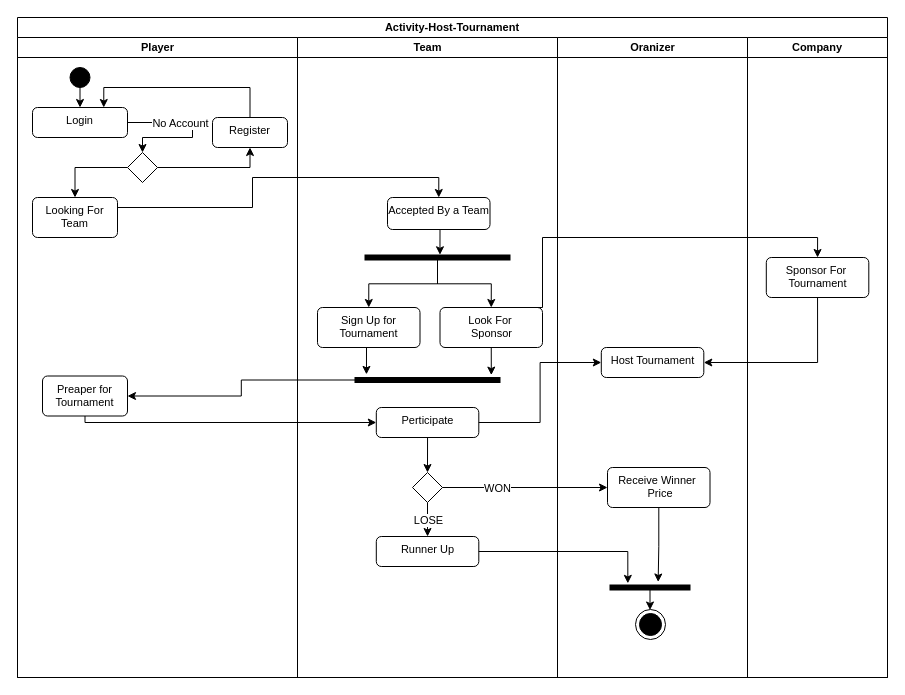
This is page "Activity-Host" (2 of 3) of diagrams/Diagram.drawio from b14ck0ps/ADMS-Project-Report, a draw.io file, before an edit. Source tidied: cells renumbered, new cells numbered last; positions are measured from the earlier drawing's top-left corner, leaving out a move shared by most shapes. Both pictures are drawn from the tidied source at 100%, with x=0, y=0 at pixel (17, 17).
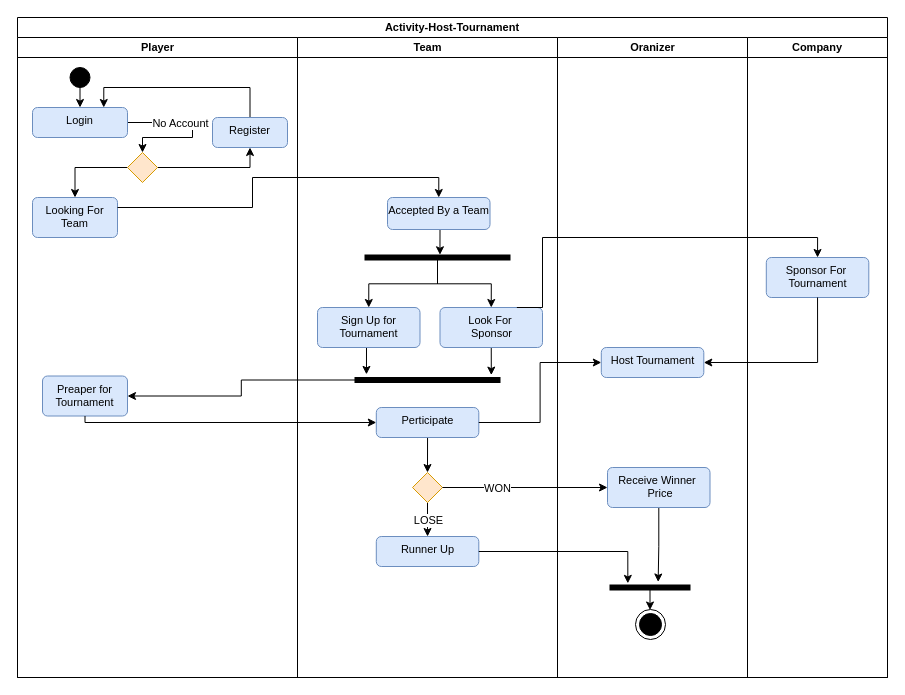
The same page after the edit.

The change refers to these unchanged cells:
```xml
<mxCell id="3" value="Player" style="swimlane;html=1;startSize=20;fontFamily=Helvetica;fontSize=11;fontColor=default;" parent="2" vertex="1">
  <mxGeometry y="20" width="280" height="640" as="geometry" />
</mxCell>
<mxCell id="16" value="Team" style="swimlane;html=1;startSize=20;fontFamily=Helvetica;fontSize=11;fontColor=default;" parent="2" vertex="1">
  <mxGeometry x="280" y="20" width="260" height="640" as="geometry" />
</mxCell>
<mxCell id="33" value="Oranizer" style="swimlane;html=1;startSize=20;fontFamily=Helvetica;fontSize=11;fontColor=default;" parent="2" vertex="1">
  <mxGeometry x="540" y="20" width="190" height="640" as="geometry" />
</mxCell>
<mxCell id="40" value="Company" style="swimlane;startSize=20;whiteSpace=wrap;html=1;fontFamily=Helvetica;fontSize=11;fontColor=default;" parent="2" vertex="1">
  <mxGeometry x="730" y="20" width="140" height="640" as="geometry" />
</mxCell>
```

Diff of the diagram source:
```diff
@@
-    <mxCell id="8" value="Login" style="html=1;align=center;verticalAlign=top;rounded=1;absoluteArcSize=1;arcSize=10;dashed=0;whiteSpace=wrap;fontFamily=Helvetica;fontSize=11;fontColor=default;" parent="3" vertex="1">
+    <mxCell id="8" value="Login" style="html=1;align=center;verticalAlign=top;rounded=1;absoluteArcSize=1;arcSize=10;dashed=0;whiteSpace=wrap;fontFamily=Helvetica;fontSize=11;fillColor=#dae8fc;strokeColor=#6c8ebf;" parent="3" vertex="1">
       <mxGeometry x="15" y="70" width="95" height="30" as="geometry" />
     </mxCell>
-    <mxCell id="9" value="Looking For Team" style="html=1;align=center;verticalAlign=top;rounded=1;absoluteArcSize=1;arcSize=10;dashed=0;whiteSpace=wrap;fontFamily=Helvetica;fontSize=11;fontColor=default;" parent="3" vertex="1">
+    <mxCell id="9" value="Looking For Team" style="html=1;align=center;verticalAlign=top;rounded=1;absoluteArcSize=1;arcSize=10;dashed=0;whiteSpace=wrap;fontFamily=Helvetica;fontSize=11;fillColor=#dae8fc;strokeColor=#6c8ebf;" parent="3" vertex="1">
       <mxGeometry x="15" y="160" width="85" height="40" as="geometry" />
     </mxCell>
@@
-    <mxCell id="12" style="rhombus;fontFamily=Helvetica;fontSize=11;fontColor=default;" parent="3" vertex="1">
+    <mxCell id="12" style="rhombus;fontFamily=Helvetica;fontSize=11;fillColor=#ffe6cc;strokeColor=#d79b00;" parent="3" vertex="1">
       <mxGeometry x="110" y="115" width="30" height="30" as="geometry" />
     </mxCell>
@@
-    <mxCell id="14" value="Register" style="html=1;align=center;verticalAlign=top;rounded=1;absoluteArcSize=1;arcSize=10;dashed=0;whiteSpace=wrap;fontFamily=Helvetica;fontSize=11;fontColor=default;" parent="3" vertex="1">
+    <mxCell id="14" value="Register" style="html=1;align=center;verticalAlign=top;rounded=1;absoluteArcSize=1;arcSize=10;dashed=0;whiteSpace=wrap;fontFamily=Helvetica;fontSize=11;fillColor=#dae8fc;strokeColor=#6c8ebf;" parent="3" vertex="1">
       <mxGeometry x="195" y="80" width="75" height="30" as="geometry" />
     </mxCell>
-    <mxCell id="15" value="Preaper for&lt;br&gt;Tournament" style="html=1;align=center;verticalAlign=top;rounded=1;absoluteArcSize=1;arcSize=10;dashed=0;whiteSpace=wrap;fontFamily=Helvetica;fontSize=11;fontColor=default;" parent="3" vertex="1">
+    <mxCell id="15" value="Preaper for&lt;br&gt;Tournament" style="html=1;align=center;verticalAlign=top;rounded=1;absoluteArcSize=1;arcSize=10;dashed=0;whiteSpace=wrap;fontFamily=Helvetica;fontSize=11;fillColor=#dae8fc;strokeColor=#6c8ebf;" parent="3" vertex="1">
       <mxGeometry x="25" y="338.5" width="85" height="40" as="geometry" />
     </mxCell>
@@
-    <mxCell id="18" value="Accepted By a Team" style="html=1;align=center;verticalAlign=top;rounded=1;absoluteArcSize=1;arcSize=10;dashed=0;whiteSpace=wrap;fontFamily=Helvetica;fontSize=11;fontColor=default;" parent="16" vertex="1">
+    <mxCell id="18" value="Accepted By a Team" style="html=1;align=center;verticalAlign=top;rounded=1;absoluteArcSize=1;arcSize=10;dashed=0;whiteSpace=wrap;fontFamily=Helvetica;fontSize=11;fillColor=#dae8fc;strokeColor=#6c8ebf;" parent="16" vertex="1">
       <mxGeometry x="90" y="160" width="102.5" height="32" as="geometry" />
     </mxCell>
@@
-    <mxCell id="20" value="Look For&amp;nbsp;&lt;br style=&quot;border-color: var(--border-color);&quot;&gt;Sponsor" style="html=1;align=center;verticalAlign=top;rounded=1;absoluteArcSize=1;arcSize=10;dashed=0;whiteSpace=wrap;fontFamily=Helvetica;fontSize=11;fontColor=default;" parent="16" vertex="1">
+    <mxCell id="20" value="Look For&amp;nbsp;&lt;br style=&quot;border-color: var(--border-color);&quot;&gt;Sponsor" style="html=1;align=center;verticalAlign=top;rounded=1;absoluteArcSize=1;arcSize=10;dashed=0;whiteSpace=wrap;fontFamily=Helvetica;fontSize=11;fillColor=#dae8fc;strokeColor=#6c8ebf;" parent="16" vertex="1">
       <mxGeometry x="142.5" y="270" width="102.5" height="40" as="geometry" />
     </mxCell>
@@
-    <mxCell id="25" value="Sign Up for Tournament" style="html=1;align=center;verticalAlign=top;rounded=1;absoluteArcSize=1;arcSize=10;dashed=0;whiteSpace=wrap;fontFamily=Helvetica;fontSize=11;fontColor=default;" parent="16" vertex="1">
+    <mxCell id="25" value="Sign Up for Tournament" style="html=1;align=center;verticalAlign=top;rounded=1;absoluteArcSize=1;arcSize=10;dashed=0;whiteSpace=wrap;fontFamily=Helvetica;fontSize=11;fillColor=#dae8fc;strokeColor=#6c8ebf;" parent="16" vertex="1">
       <mxGeometry x="20" y="270" width="102.5" height="40" as="geometry" />
     </mxCell>
@@
-    <mxCell id="28" value="Perticipate" style="html=1;align=center;verticalAlign=top;rounded=1;absoluteArcSize=1;arcSize=10;dashed=0;whiteSpace=wrap;fontFamily=Helvetica;fontSize=11;fontColor=default;" parent="16" vertex="1">
+    <mxCell id="28" value="Perticipate" style="html=1;align=center;verticalAlign=top;rounded=1;absoluteArcSize=1;arcSize=10;dashed=0;whiteSpace=wrap;fontFamily=Helvetica;fontSize=11;fillColor=#dae8fc;strokeColor=#6c8ebf;" parent="16" vertex="1">
       <mxGeometry x="78.8" y="370" width="102.5" height="30" as="geometry" />
     </mxCell>
@@
-    <mxCell id="31" style="rhombus;fontFamily=Helvetica;fontSize=11;fontColor=default;" parent="16" vertex="1">
+    <mxCell id="31" style="rhombus;fontFamily=Helvetica;fontSize=11;fillColor=#ffe6cc;strokeColor=#d79b00;" parent="16" vertex="1">
       <mxGeometry x="115" y="435" width="30" height="30" as="geometry" />
     </mxCell>
-    <mxCell id="32" value="Runner Up" style="html=1;align=center;verticalAlign=top;rounded=1;absoluteArcSize=1;arcSize=10;dashed=0;whiteSpace=wrap;fontFamily=Helvetica;fontSize=11;fontColor=default;" parent="16" vertex="1">
+    <mxCell id="32" value="Runner Up" style="html=1;align=center;verticalAlign=top;rounded=1;absoluteArcSize=1;arcSize=10;dashed=0;whiteSpace=wrap;fontFamily=Helvetica;fontSize=11;fillColor=#dae8fc;strokeColor=#6c8ebf;" parent="16" vertex="1">
       <mxGeometry x="78.8" y="499" width="102.5" height="30" as="geometry" />
     </mxCell>
@@
-    <mxCell id="34" value="Host Tournament" style="html=1;align=center;verticalAlign=top;rounded=1;absoluteArcSize=1;arcSize=10;dashed=0;whiteSpace=wrap;fontFamily=Helvetica;fontSize=11;fontColor=default;" parent="33" vertex="1">
+    <mxCell id="34" value="Host Tournament" style="html=1;align=center;verticalAlign=top;rounded=1;absoluteArcSize=1;arcSize=10;dashed=0;whiteSpace=wrap;fontFamily=Helvetica;fontSize=11;fillColor=#dae8fc;strokeColor=#6c8ebf;" parent="33" vertex="1">
       <mxGeometry x="43.8" y="310" width="102.5" height="30" as="geometry" />
     </mxCell>
@@
-    <mxCell id="36" value="Receive Winner&amp;nbsp;&lt;br&gt;&amp;nbsp;Price" style="html=1;align=center;verticalAlign=top;rounded=1;absoluteArcSize=1;arcSize=10;dashed=0;whiteSpace=wrap;fontFamily=Helvetica;fontSize=11;fontColor=default;" parent="33" vertex="1">
+    <mxCell id="36" value="Receive Winner&amp;nbsp;&lt;br&gt;&amp;nbsp;Price" style="html=1;align=center;verticalAlign=top;rounded=1;absoluteArcSize=1;arcSize=10;dashed=0;whiteSpace=wrap;fontFamily=Helvetica;fontSize=11;fillColor=#dae8fc;strokeColor=#6c8ebf;" parent="33" vertex="1">
       <mxGeometry x="50" y="430" width="102.5" height="40" as="geometry" />
     </mxCell>
@@
-    <mxCell id="41" value="Sponsor For&amp;nbsp;&lt;br&gt;Tournament" style="html=1;align=center;verticalAlign=top;rounded=1;absoluteArcSize=1;arcSize=10;dashed=0;whiteSpace=wrap;fontFamily=Helvetica;fontSize=11;fontColor=default;" parent="40" vertex="1">
+    <mxCell id="41" value="Sponsor For&amp;nbsp;&lt;br&gt;Tournament" style="html=1;align=center;verticalAlign=top;rounded=1;absoluteArcSize=1;arcSize=10;dashed=0;whiteSpace=wrap;fontFamily=Helvetica;fontSize=11;fillColor=#dae8fc;strokeColor=#6c8ebf;" parent="40" vertex="1">
       <mxGeometry x="18.8" y="220" width="102.5" height="40" as="geometry" />
     </mxCell>
```
